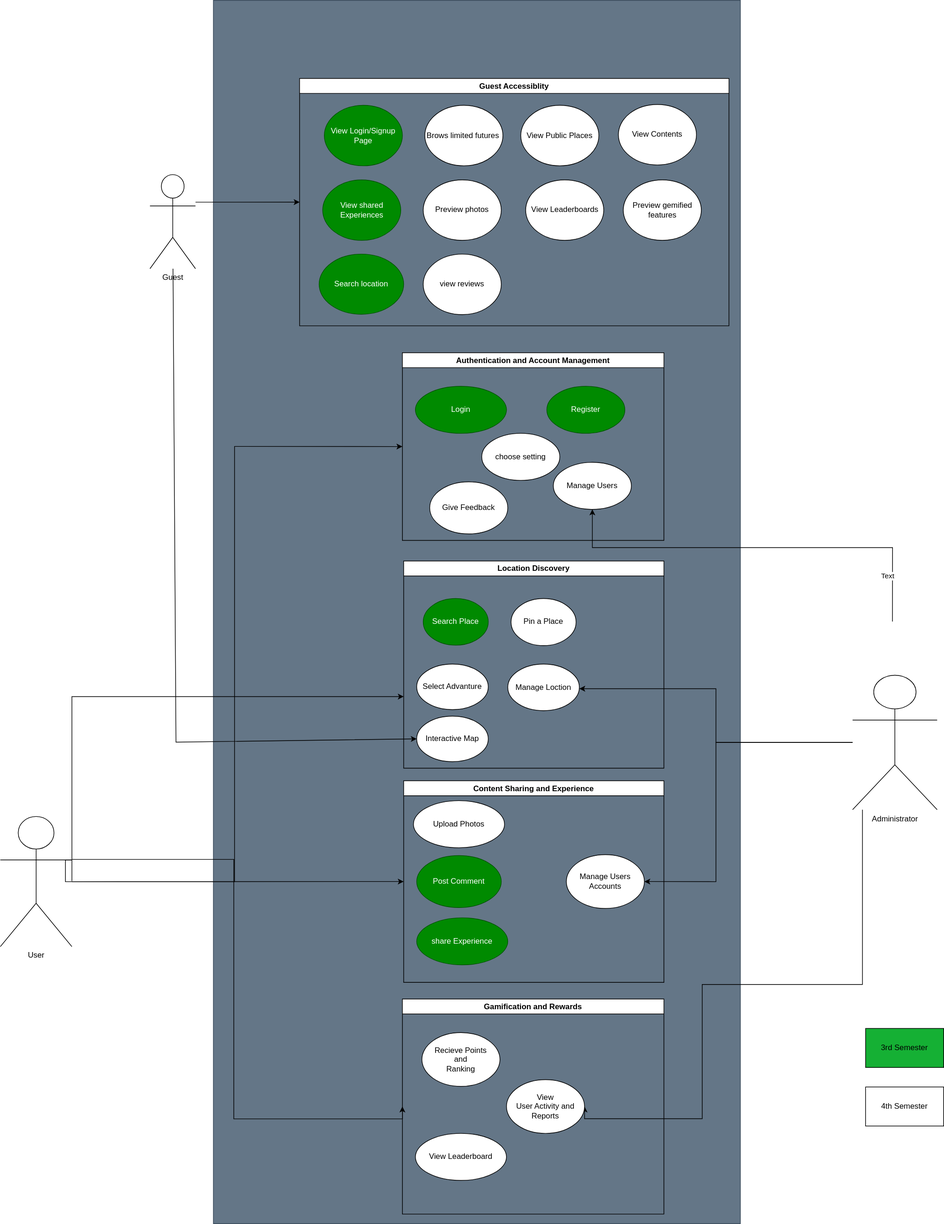
sarahelhnbaly/IDiscovery keeps this draw.io diagram as Diagram/UseCaseDiagram/UseCaseDiagram.drawio.svg. Above is the earlier version. Source tidied: cells renumbered, new cells last; positions are measured from the earlier drawing's top-left corner, leaving out a move shared by most shapes.
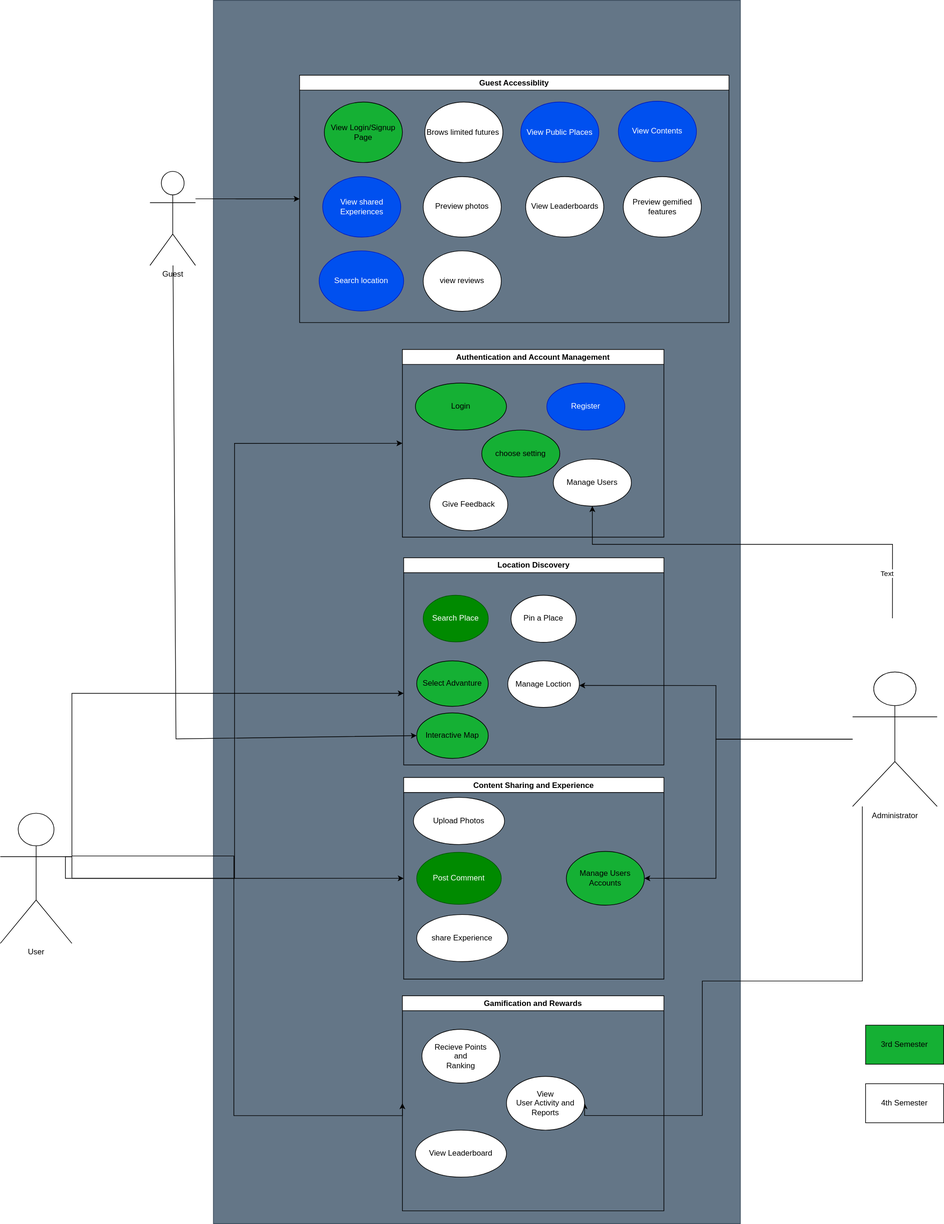
After the commit.

Commit message:
Create comment-page-feature

The edit, as a diff of the source:
```diff
@@ -3,7 +3,7 @@
     <mxCell id="0" />
     <mxCell id="1" parent="0" />
     <mxCell id="2" style="html=1;whiteSpace=wrap;fillColor=#647687;fontColor=#ffffff;strokeColor=#314354;" parent="1" vertex="1">
-      <mxGeometry x="327.5" width="810" height="1880" as="geometry" />
+      <mxGeometry x="327.5" y="5" width="810" height="1880" as="geometry" />
     </mxCell>
     <mxCell id="3" value="Administrator&lt;div&gt;&lt;br&gt;&lt;/div&gt;" style="shape=umlActor;verticalLabelPosition=bottom;verticalAlign=top;html=1;outlineConnect=0;" parent="1" vertex="1">
       <mxGeometry x="1310" y="1037.2" width="130" height="206.6" as="geometry" />
@@ -56,16 +56,16 @@
     <mxCell id="11" value="Authentication and Account Management" style="swimlane;" parent="1" vertex="1">
       <mxGeometry x="618" y="541.5" width="402" height="288.5" as="geometry" />
     </mxCell>
-    <mxCell id="12" value="Register" style="ellipse;whiteSpace=wrap;html=1;fillColor=#008a00;fontColor=#ffffff;strokeColor=#005700;" parent="11" vertex="1">
+    <mxCell id="12" value="Register" style="ellipse;whiteSpace=wrap;html=1;fillColor=#0050ef;fontColor=#ffffff;strokeColor=#001DBC;" parent="11" vertex="1">
       <mxGeometry x="222" y="51.6" width="120" height="72.3" as="geometry" />
     </mxCell>
-    <mxCell id="13" value="Login" style="ellipse;whiteSpace=wrap;html=1;fillColor=#008a00;fontColor=#ffffff;strokeColor=#005700;" parent="11" vertex="1">
+    <mxCell id="13" value="Login" style="ellipse;whiteSpace=wrap;html=1;fillColor=#15B034;" parent="11" vertex="1">
       <mxGeometry x="20" y="51.6" width="140" height="72.3" as="geometry" />
     </mxCell>
     <mxCell id="14" value="&lt;div&gt;&lt;/div&gt;Manage Users" style="ellipse;whiteSpace=wrap;html=1;verticalAlign=middle;" parent="11" vertex="1">
       <mxGeometry x="232" y="168.5" width="120" height="72.3" as="geometry" />
     </mxCell>
-    <mxCell id="15" value="choose setting&lt;div&gt;&lt;/div&gt;" style="ellipse;whiteSpace=wrap;html=1;verticalAlign=middle;" parent="11" vertex="1">
+    <mxCell id="15" value="choose setting&lt;div&gt;&lt;/div&gt;" style="ellipse;whiteSpace=wrap;html=1;verticalAlign=middle;fillColor=#15B034;" parent="11" vertex="1">
       <mxGeometry x="122" y="123.9" width="120" height="72.3" as="geometry" />
     </mxCell>
     <mxCell id="16" value="Content Sharing and Experience" style="swimlane;" parent="1" vertex="1">
@@ -74,10 +74,10 @@
     <mxCell id="17" value="Upload Photos" style="ellipse;whiteSpace=wrap;html=1;" parent="16" vertex="1">
       <mxGeometry x="15" y="30.6" width="140" height="72.3" as="geometry" />
     </mxCell>
-    <mxCell id="18" value="share Experience" style="ellipse;whiteSpace=wrap;html=1;fillColor=#008a00;fontColor=#ffffff;strokeColor=#005700;" parent="16" vertex="1">
+    <mxCell id="18" value="share Experience" style="ellipse;whiteSpace=wrap;html=1;" parent="16" vertex="1">
       <mxGeometry x="20" y="210.6" width="140" height="72.3" as="geometry" />
     </mxCell>
-    <mxCell id="19" value="Manage Users Accounts" style="ellipse;whiteSpace=wrap;html=1;" parent="16" vertex="1">
+    <mxCell id="19" value="Manage Users Accounts" style="ellipse;whiteSpace=wrap;html=1;fillColor=#15B034;" parent="16" vertex="1">
       <mxGeometry x="250" y="113.6" width="120" height="82.6" as="geometry" />
     </mxCell>
     <mxCell id="20" value="Post Comment" style="ellipse;whiteSpace=wrap;html=1;fillColor=#008a00;fontColor=#ffffff;strokeColor=#005700;" parent="16" vertex="1">
@@ -101,16 +101,16 @@
     <mxCell id="26" value="Guest Accessiblity" style="swimlane;" parent="1" vertex="1">
       <mxGeometry x="460" y="120" width="660" height="380.2" as="geometry" />
     </mxCell>
-    <mxCell id="27" value="View Login/Signup Page" style="ellipse;whiteSpace=wrap;html=1;fillColor=#008a00;fontColor=#ffffff;strokeColor=#005700;" parent="26" vertex="1">
+    <mxCell id="27" value="View Login/Signup Page" style="ellipse;whiteSpace=wrap;html=1;fillColor=#15B034;" parent="26" vertex="1">
       <mxGeometry x="38" y="41.3" width="120" height="93" as="geometry" />
     </mxCell>
     <mxCell id="28" value="Brows limited futures&lt;span style=&quot;color: rgba(0, 0, 0, 0); font-family: monospace; font-size: 0px; text-align: start; text-wrap: nowrap;&quot;&gt;%3CmxGraphModel%3E%3Croot%3E%3CmxCell%20id%3D%220%22%2F%3E%3CmxCell%20id%3D%221%22%20parent%3D%220%22%2F%3E%3CmxCell%20id%3D%222%22%20value%3D%22View%20Login%2FSignup%20Page%22%20style%3D%22ellipse%3BwhiteSpace%3Dwrap%3Bhtml%3D1%3B%22%20vertex%3D%221%22%20parent%3D%221%22%3E%3CmxGeometry%20x%3D%22-282%22%20y%3D%22-1020%22%20width%3D%22120%22%20height%3D%2290%22%20as%3D%22geometry%22%2F%3E%3C%2FmxCell%3E%3C%2Froot%3E%3C%2FmxGraphModel%3E&lt;/span&gt;" style="ellipse;whiteSpace=wrap;html=1;" parent="26" vertex="1">
       <mxGeometry x="192.5" y="41.3" width="120" height="93" as="geometry" />
     </mxCell>
-    <mxCell id="29" value="View Public Places" style="ellipse;whiteSpace=wrap;html=1;" parent="26" vertex="1">
+    <mxCell id="29" value="View Public Places" style="ellipse;whiteSpace=wrap;html=1;fillColor=#0050ef;fontColor=#ffffff;strokeColor=#001DBC;" parent="26" vertex="1">
       <mxGeometry x="340" y="41.3" width="120" height="93" as="geometry" />
     </mxCell>
-    <mxCell id="30" value="View shared Experiences" style="ellipse;whiteSpace=wrap;html=1;fillColor=#008a00;fontColor=#ffffff;strokeColor=#005700;" parent="26" vertex="1">
+    <mxCell id="30" value="View shared Experiences" style="ellipse;whiteSpace=wrap;html=1;fillColor=#0050ef;fontColor=#ffffff;strokeColor=#001DBC;" parent="26" vertex="1">
       <mxGeometry x="35.5" y="155.9" width="120" height="93" as="geometry" />
     </mxCell>
     <mxCell id="31" value="Preview photos" style="ellipse;whiteSpace=wrap;html=1;" parent="26" vertex="1">
@@ -170,7 +170,7 @@
         </Array>
       </mxGeometry>
     </mxCell>
-    <mxCell id="45" value="Select Advanture" style="ellipse;whiteSpace=wrap;html=1;" parent="1" vertex="1">
+    <mxCell id="45" value="Select Advanture" style="ellipse;whiteSpace=wrap;html=1;fillColor=#15B034;" parent="1" vertex="1">
       <mxGeometry x="640" y="1020" width="110" height="70" as="geometry" />
     </mxCell>
     <mxCell id="46" style="endArrow=classic;html=1;rounded=0;" parent="1" edge="1">
@@ -182,7 +182,7 @@
         </Array>
       </mxGeometry>
     </mxCell>
-    <mxCell id="47" value="Interactive Map" style="ellipse;whiteSpace=wrap;html=1;" parent="1" vertex="1">
+    <mxCell id="47" value="Interactive Map" style="ellipse;whiteSpace=wrap;html=1;fillColor=#15B034;" parent="1" vertex="1">
       <mxGeometry x="640" y="1100" width="110" height="70" as="geometry" />
     </mxCell>
     <mxCell id="48" style="endArrow=classic;html=1;rounded=0;entryX=0;entryY=0.5;entryDx=0;entryDy=0;" parent="1" edge="1" source="10" target="47">
@@ -195,10 +195,10 @@
     <mxCell id="49" value="Give Feedback" style="ellipse;whiteSpace=wrap;html=1;" parent="1" vertex="1">
       <mxGeometry x="660" y="740" width="120" height="80" as="geometry" />
     </mxCell>
-    <mxCell id="50" value="Search location" style="ellipse;whiteSpace=wrap;html=1;fillColor=#008a00;fontColor=#ffffff;strokeColor=#005700;" parent="1" vertex="1">
+    <mxCell id="50" value="Search location" style="ellipse;whiteSpace=wrap;html=1;fillColor=#0050ef;strokeColor=#001DBC;fontColor=#ffffff;" parent="1" vertex="1">
       <mxGeometry x="490" y="390" width="130" height="92.4" as="geometry" />
     </mxCell>
-    <mxCell id="51" value="View Contents" style="ellipse;whiteSpace=wrap;html=1;" parent="1" vertex="1">
+    <mxCell id="51" value="View Contents" style="ellipse;whiteSpace=wrap;html=1;fillColor=#0050ef;fontColor=#ffffff;strokeColor=#001DBC;" parent="1" vertex="1">
       <mxGeometry x="950" y="160" width="120" height="93" as="geometry" />
     </mxCell>
   </root>
```
